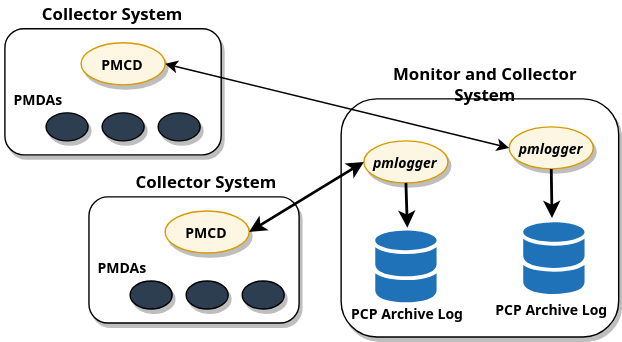
Before: images/designated-logger.svg, a diagram exported from draw.io (performancecopilot/pcp). Source tidied: cells renumbered, new cells last; positions are measured from the earlier drawing's top-left corner, leaving out a move shared by most shapes. Its diagram source:
```xml
<mxGraphModel>
  <root>
    <mxCell id="0" />
    <mxCell id="1" parent="0" />
    <mxCell id="2" style="rounded=1;whiteSpace=wrap;html=1;shadow=1;fontStyle=1;fontSize=10;fontFamily=Sans;" parent="1" vertex="1">
      <mxGeometry x="243" y="70" width="198.1" height="170" as="geometry" />
    </mxCell>
    <mxCell id="3" style="rounded=1;whiteSpace=wrap;html=1;shadow=1;fontStyle=1;fontSize=10;fontFamily=Sans;" parent="1" vertex="1">
      <mxGeometry x="3" y="20" width="154.4" height="90" as="geometry" />
    </mxCell>
    <mxCell id="4" style="ellipse;whiteSpace=wrap;html=1;shadow=1;fontStyle=1;fontSize=10;fillColor=#FDF6E3;strokeColor=#D79B00;fontFamily=Sans;" parent="1" vertex="1">
      <mxGeometry x="57.4" y="30" width="60" height="30" as="geometry" />
    </mxCell>
    <mxCell id="5" style="ellipse;whiteSpace=wrap;html=1;fontColor=#333333;shadow=1;fontStyle=1;fontSize=10;fillColor=#2C3E50;fontFamily=Sans;" parent="1" vertex="1">
      <mxGeometry x="32.4" y="80" width="30" height="20" as="geometry" />
    </mxCell>
    <mxCell id="6" style="ellipse;whiteSpace=wrap;html=1;fontColor=#333333;shadow=1;fontStyle=1;fontSize=10;fillColor=#2c3e50;fontFamily=Sans;" parent="1" vertex="1">
      <mxGeometry x="72.4" y="80" width="30" height="20" as="geometry" />
    </mxCell>
    <mxCell id="7" style="ellipse;whiteSpace=wrap;html=1;fontColor=#333333;shadow=1;fontStyle=1;fontSize=10;fillColor=#2C3E50;fontFamily=Sans;" parent="1" vertex="1">
      <mxGeometry x="112.4" y="80" width="30" height="20" as="geometry" />
    </mxCell>
    <mxCell id="8" value="PMCD" style="text;html=1;strokeColor=none;align=center;verticalAlign=middle;whiteSpace=wrap;rounded=0;shadow=0;fontStyle=1;fontSize=10;fillColor=#FDF6E3;fontFamily=Sans;" parent="1" vertex="1">
      <mxGeometry x="67.4" y="35" width="40" height="20" as="geometry" />
    </mxCell>
    <mxCell id="9" value="PMDAs" style="text;html=1;strokeColor=none;fillColor=none;align=center;verticalAlign=middle;whiteSpace=wrap;rounded=0;shadow=1;fontStyle=1;fontSize=10;fontFamily=Sans;" parent="1" vertex="1">
      <mxGeometry x="7.4" y="60" width="40" height="20" as="geometry" />
    </mxCell>
    <mxCell id="10" value="&lt;font style=&quot;font-size: 12px&quot;&gt;Collector System&lt;/font&gt;" style="text;html=1;strokeColor=none;fillColor=none;align=center;verticalAlign=middle;whiteSpace=wrap;rounded=0;shadow=1;fontStyle=1;fontSize=10;fontFamily=Sans;" parent="1" vertex="1">
      <mxGeometry x="0.2" width="160" height="20" as="geometry" />
    </mxCell>
    <mxCell id="11" style="ellipse;whiteSpace=wrap;html=1;shadow=1;fontStyle=1;fontSize=10;fillColor=#FDF6E3;strokeColor=#D79B00;fontFamily=Sans;" parent="1" vertex="1">
      <mxGeometry x="363" y="90" width="60" height="30" as="geometry" />
    </mxCell>
    <mxCell id="12" value="&lt;font style=&quot;font-size: 12px&quot;&gt;Monitor and Collector System&lt;/font&gt;" style="text;html=1;strokeColor=none;fillColor=none;align=center;verticalAlign=middle;whiteSpace=wrap;rounded=0;shadow=1;fontStyle=1;fontSize=10;fontFamily=Sans;" parent="1" vertex="1">
      <mxGeometry x="259.3" y="50" width="173.8" height="20" as="geometry" />
    </mxCell>
    <mxCell id="13" style="endArrow=classic;startArrow=classic;html=1;shadow=0;fontSize=10;exitX=1;exitY=0.5;exitDx=0;exitDy=0;entryX=0;entryY=0.5;entryDx=0;entryDy=0;fontStyle=1;fontFamily=Sans;" parent="1" edge="1" source="4" target="11">
      <mxGeometry relative="1" as="geometry" />
    </mxCell>
    <mxCell id="14" style="rounded=1;whiteSpace=wrap;html=1;shadow=1;fontStyle=1;fontSize=10;fontFamily=Sans;" parent="1" vertex="1">
      <mxGeometry x="63" y="140" width="150" height="90" as="geometry" />
    </mxCell>
    <mxCell id="15" style="ellipse;whiteSpace=wrap;html=1;shadow=1;fontStyle=1;fontSize=10;fillColor=#FDF6E3;strokeColor=#D79B00;fontFamily=Sans;" parent="1" vertex="1">
      <mxGeometry x="117.4" y="150" width="60" height="30" as="geometry" />
    </mxCell>
    <mxCell id="16" style="ellipse;whiteSpace=wrap;html=1;fontColor=#333333;shadow=1;fontStyle=1;fontSize=10;fillColor=#2C3E50;fontFamily=Sans;" parent="1" vertex="1">
      <mxGeometry x="92.4" y="200" width="30" height="20" as="geometry" />
    </mxCell>
    <mxCell id="17" style="ellipse;whiteSpace=wrap;html=1;fontColor=#333333;shadow=1;fontStyle=1;fontSize=10;fillColor=#2C3E50;fontFamily=Sans;" parent="1" vertex="1">
      <mxGeometry x="132.4" y="200" width="30" height="20" as="geometry" />
    </mxCell>
    <mxCell id="18" style="ellipse;whiteSpace=wrap;html=1;fontColor=#333333;shadow=1;fontStyle=1;fontSize=10;fillColor=#2C3E50;fontFamily=Sans;" parent="1" vertex="1">
      <mxGeometry x="172.4" y="200" width="30" height="20" as="geometry" />
    </mxCell>
    <mxCell id="19" value="PMCD" style="text;html=1;strokeColor=none;fillColor=none;align=center;verticalAlign=middle;whiteSpace=wrap;rounded=0;shadow=1;fontStyle=1;fontSize=10;fontFamily=Sans;" parent="1" vertex="1">
      <mxGeometry x="127.4" y="155" width="40" height="20" as="geometry" />
    </mxCell>
    <mxCell id="20" value="PMDAs" style="text;html=1;strokeColor=none;fillColor=none;align=center;verticalAlign=middle;whiteSpace=wrap;rounded=0;shadow=1;fontStyle=1;fontSize=10;fontFamily=Sans;" parent="1" vertex="1">
      <mxGeometry x="67.4" y="180" width="40" height="20" as="geometry" />
    </mxCell>
    <mxCell id="21" value="&lt;font style=&quot;font-size: 12px&quot;&gt;Collector System&lt;/font&gt;" style="text;html=1;strokeColor=none;fillColor=none;align=center;verticalAlign=middle;whiteSpace=wrap;rounded=0;shadow=1;fontStyle=1;fontSize=10;fontFamily=Sans;" parent="1" vertex="1">
      <mxGeometry x="67.4" y="120" width="160" height="20" as="geometry" />
    </mxCell>
    <mxCell id="22" value="&lt;i&gt;pmlogger&lt;/i&gt;" style="text;html=1;strokeColor=none;fillColor=none;align=center;verticalAlign=middle;whiteSpace=wrap;rounded=0;shadow=1;fontSize=10;fontStyle=1;fontFamily=Sans;" parent="1" vertex="1">
      <mxGeometry x="373" y="95" width="40" height="20" as="geometry" />
    </mxCell>
    <mxCell id="23" style="ellipse;whiteSpace=wrap;html=1;shadow=1;fontStyle=1;fontSize=10;fillColor=#FDF6E3;strokeColor=#D79B00;fontFamily=Sans;" parent="1" vertex="1">
      <mxGeometry x="259.3" y="100" width="60" height="30" as="geometry" />
    </mxCell>
    <mxCell id="24" value="&lt;i&gt;pmlogger&lt;/i&gt;" style="text;html=1;strokeColor=none;fillColor=none;align=center;verticalAlign=middle;whiteSpace=wrap;rounded=0;shadow=1;fontSize=10;fontStyle=1;fontFamily=Sans;" parent="1" vertex="1">
      <mxGeometry x="269.3" y="105" width="40" height="20" as="geometry" />
    </mxCell>
    <mxCell id="25" style="endArrow=classic;startArrow=classic;html=1;shadow=0;strokeWidth=2;fontSize=10;exitX=1;exitY=0.5;exitDx=0;exitDy=0;entryX=0;entryY=0.5;entryDx=0;entryDy=0;fontStyle=1;fontFamily=Sans;" parent="1" edge="1" source="15" target="23">
      <mxGeometry relative="1" as="geometry" />
    </mxCell>
    <mxCell id="26" style="endArrow=classic;html=1;shadow=0;strokeWidth=2;fontSize=10;exitX=0.5;exitY=1;exitDx=0;exitDy=0;entryX=0.5;entryY=0;entryDx=0;entryDy=0;fontStyle=1;fontFamily=Sans;" parent="1" edge="1" source="23">
      <mxGeometry relative="1" as="geometry">
        <mxPoint x="290.3" y="162" as="targetPoint" />
      </mxGeometry>
    </mxCell>
    <mxCell id="27" style="endArrow=classic;html=1;shadow=0;strokeWidth=2;fontSize=10;exitX=0.5;exitY=1;exitDx=0;exitDy=0;fontStyle=1;fontFamily=Sans;" parent="1" edge="1" source="11">
      <mxGeometry relative="1" as="geometry">
        <mxPoint x="393.5" y="155" as="targetPoint" />
      </mxGeometry>
    </mxCell>
    <mxCell id="28" value="PCP Archive Log" style="text;html=1;strokeColor=none;fillColor=none;align=center;verticalAlign=middle;whiteSpace=wrap;rounded=0;shadow=1;fontSize=10;fontStyle=1;fontFamily=Sans;" parent="1" vertex="1">
      <mxGeometry x="243.9" y="213" width="92.7" height="20" as="geometry" />
    </mxCell>
    <mxCell id="29" value="PCP Archive Log" style="text;html=1;strokeColor=none;fillColor=none;align=center;verticalAlign=middle;whiteSpace=wrap;rounded=0;shadow=1;fontSize=10;fontStyle=1;fontFamily=Sans;" parent="1" vertex="1">
      <mxGeometry x="346.6" y="210" width="92.7" height="20" as="geometry" />
    </mxCell>
    <mxCell id="30" style="shadow=0;dashed=0;html=1;strokeColor=none;labelPosition=center;verticalLabelPosition=bottom;verticalAlign=top;align=center;shape=mxgraph.office.databases.database_mini_2;fillColor=#2072B8;fontFamily=Sans;" parent="1" vertex="1">
      <mxGeometry x="267.4" y="164" width="43.8" height="52" as="geometry" />
    </mxCell>
    <mxCell id="31" style="shadow=0;dashed=0;html=1;strokeColor=none;labelPosition=center;verticalLabelPosition=bottom;verticalAlign=top;align=center;shape=mxgraph.office.databases.database_mini_2;fillColor=#2072B8;fontFamily=Sans;" parent="1" vertex="1">
      <mxGeometry x="373" y="158" width="43.8" height="52" as="geometry" />
    </mxCell>
  </root>
</mxGraphModel>
```
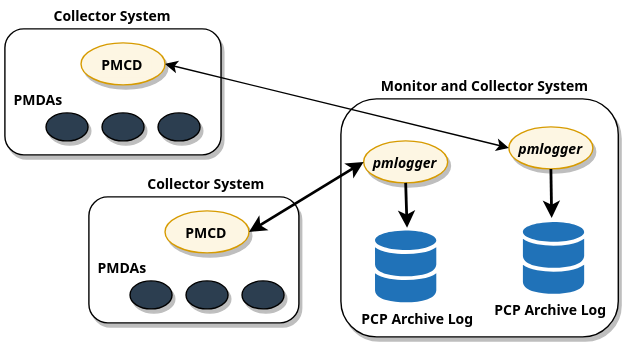
After the change.

Diff of the diagram source:
```diff
@@ -26,13 +26,13 @@
     <mxCell id="9" value="PMDAs" style="text;html=1;strokeColor=none;fillColor=none;align=center;verticalAlign=middle;whiteSpace=wrap;rounded=0;shadow=1;fontStyle=1;fontSize=10;fontFamily=Sans;" parent="1" vertex="1">
       <mxGeometry x="7.4" y="60" width="40" height="20" as="geometry" />
     </mxCell>
-    <mxCell id="10" value="&lt;font style=&quot;font-size: 12px&quot;&gt;Collector System&lt;/font&gt;" style="text;html=1;strokeColor=none;fillColor=none;align=center;verticalAlign=middle;whiteSpace=wrap;rounded=0;shadow=1;fontStyle=1;fontSize=10;fontFamily=Sans;" parent="1" vertex="1">
+    <mxCell id="10" value="&lt;font style=&quot;font-size: 10px;&quot;&gt;Collector System&lt;/font&gt;" style="text;html=1;strokeColor=none;fillColor=none;align=center;verticalAlign=middle;whiteSpace=wrap;rounded=0;shadow=1;fontStyle=1;fontSize=10;fontFamily=Sans;" parent="1" vertex="1">
       <mxGeometry x="0.2" width="160" height="20" as="geometry" />
     </mxCell>
     <mxCell id="11" style="ellipse;whiteSpace=wrap;html=1;shadow=1;fontStyle=1;fontSize=10;fillColor=#FDF6E3;strokeColor=#D79B00;fontFamily=Sans;" parent="1" vertex="1">
       <mxGeometry x="363" y="90" width="60" height="30" as="geometry" />
     </mxCell>
-    <mxCell id="12" value="&lt;font style=&quot;font-size: 12px&quot;&gt;Monitor and Collector System&lt;/font&gt;" style="text;html=1;strokeColor=none;fillColor=none;align=center;verticalAlign=middle;whiteSpace=wrap;rounded=0;shadow=1;fontStyle=1;fontSize=10;fontFamily=Sans;" parent="1" vertex="1">
+    <mxCell id="12" value="&lt;font style=&quot;font-size: 10px;&quot;&gt;Monitor and Collector System&lt;/font&gt;" style="text;html=1;strokeColor=none;fillColor=none;align=center;verticalAlign=middle;whiteSpace=wrap;rounded=0;shadow=1;fontStyle=1;fontSize=10;fontFamily=Sans;" parent="1" vertex="1">
       <mxGeometry x="259.3" y="50" width="173.8" height="20" as="geometry" />
     </mxCell>
     <mxCell id="13" style="endArrow=classic;startArrow=classic;html=1;shadow=0;fontSize=10;exitX=1;exitY=0.5;exitDx=0;exitDy=0;entryX=0;entryY=0.5;entryDx=0;entryDy=0;fontStyle=1;fontFamily=Sans;" parent="1" edge="1" source="4" target="11">
@@ -59,16 +59,16 @@
     <mxCell id="20" value="PMDAs" style="text;html=1;strokeColor=none;fillColor=none;align=center;verticalAlign=middle;whiteSpace=wrap;rounded=0;shadow=1;fontStyle=1;fontSize=10;fontFamily=Sans;" parent="1" vertex="1">
       <mxGeometry x="67.4" y="180" width="40" height="20" as="geometry" />
     </mxCell>
-    <mxCell id="21" value="&lt;font style=&quot;font-size: 12px&quot;&gt;Collector System&lt;/font&gt;" style="text;html=1;strokeColor=none;fillColor=none;align=center;verticalAlign=middle;whiteSpace=wrap;rounded=0;shadow=1;fontStyle=1;fontSize=10;fontFamily=Sans;" parent="1" vertex="1">
+    <mxCell id="21" value="&lt;font style=&quot;font-size: 10px;&quot;&gt;Collector System&lt;/font&gt;" style="text;html=1;strokeColor=none;fillColor=none;align=center;verticalAlign=middle;whiteSpace=wrap;rounded=0;shadow=1;fontStyle=1;fontSize=10;fontFamily=Sans;" parent="1" vertex="1">
       <mxGeometry x="67.4" y="120" width="160" height="20" as="geometry" />
     </mxCell>
-    <mxCell id="22" value="&lt;i&gt;pmlogger&lt;/i&gt;" style="text;html=1;strokeColor=none;fillColor=none;align=center;verticalAlign=middle;whiteSpace=wrap;rounded=0;shadow=1;fontSize=10;fontStyle=1;fontFamily=Sans;" parent="1" vertex="1">
+    <mxCell id="22" value="&lt;i style=&quot;font-size: 10px;&quot;&gt;pmlogger&lt;/i&gt;" style="text;html=1;strokeColor=none;fillColor=none;align=center;verticalAlign=middle;whiteSpace=wrap;rounded=0;shadow=1;fontSize=10;fontStyle=1;fontFamily=Sans;" parent="1" vertex="1">
       <mxGeometry x="373" y="95" width="40" height="20" as="geometry" />
     </mxCell>
     <mxCell id="23" style="ellipse;whiteSpace=wrap;html=1;shadow=1;fontStyle=1;fontSize=10;fillColor=#FDF6E3;strokeColor=#D79B00;fontFamily=Sans;" parent="1" vertex="1">
       <mxGeometry x="259.3" y="100" width="60" height="30" as="geometry" />
     </mxCell>
-    <mxCell id="24" value="&lt;i&gt;pmlogger&lt;/i&gt;" style="text;html=1;strokeColor=none;fillColor=none;align=center;verticalAlign=middle;whiteSpace=wrap;rounded=0;shadow=1;fontSize=10;fontStyle=1;fontFamily=Sans;" parent="1" vertex="1">
+    <mxCell id="24" value="&lt;i style=&quot;font-size: 10px;&quot;&gt;pmlogger&lt;/i&gt;" style="text;html=1;strokeColor=none;fillColor=none;align=center;verticalAlign=middle;whiteSpace=wrap;rounded=0;shadow=1;fontSize=10;fontStyle=1;fontFamily=Sans;" parent="1" vertex="1">
       <mxGeometry x="269.3" y="105" width="40" height="20" as="geometry" />
     </mxCell>
     <mxCell id="25" style="endArrow=classic;startArrow=classic;html=1;shadow=0;strokeWidth=2;fontSize=10;exitX=1;exitY=0.5;exitDx=0;exitDy=0;entryX=0;entryY=0.5;entryDx=0;entryDy=0;fontStyle=1;fontFamily=Sans;" parent="1" edge="1" source="15" target="23">
@@ -85,15 +85,15 @@
       </mxGeometry>
     </mxCell>
     <mxCell id="28" value="PCP Archive Log" style="text;html=1;strokeColor=none;fillColor=none;align=center;verticalAlign=middle;whiteSpace=wrap;rounded=0;shadow=1;fontSize=10;fontStyle=1;fontFamily=Sans;" parent="1" vertex="1">
-      <mxGeometry x="243.9" y="213" width="92.7" height="20" as="geometry" />
+      <mxGeometry x="243" y="216" width="110" height="20" as="geometry" />
     </mxCell>
     <mxCell id="29" value="PCP Archive Log" style="text;html=1;strokeColor=none;fillColor=none;align=center;verticalAlign=middle;whiteSpace=wrap;rounded=0;shadow=1;fontSize=10;fontStyle=1;fontFamily=Sans;" parent="1" vertex="1">
-      <mxGeometry x="346.6" y="210" width="92.7" height="20" as="geometry" />
+      <mxGeometry x="338.9" y="210" width="108.2" height="20" as="geometry" />
     </mxCell>
-    <mxCell id="30" style="shadow=0;dashed=0;html=1;strokeColor=none;labelPosition=center;verticalLabelPosition=bottom;verticalAlign=top;align=center;shape=mxgraph.office.databases.database_mini_2;fillColor=#2072B8;fontFamily=Sans;" parent="1" vertex="1">
+    <mxCell id="30" style="shadow=0;dashed=0;html=1;strokeColor=none;labelPosition=center;verticalLabelPosition=bottom;verticalAlign=top;align=center;shape=mxgraph.office.databases.database_mini_2;fillColor=#2072B8;fontFamily=Sans;fontSize=10;" parent="1" vertex="1">
       <mxGeometry x="267.4" y="164" width="43.8" height="52" as="geometry" />
     </mxCell>
-    <mxCell id="31" style="shadow=0;dashed=0;html=1;strokeColor=none;labelPosition=center;verticalLabelPosition=bottom;verticalAlign=top;align=center;shape=mxgraph.office.databases.database_mini_2;fillColor=#2072B8;fontFamily=Sans;" parent="1" vertex="1">
+    <mxCell id="31" style="shadow=0;dashed=0;html=1;strokeColor=none;labelPosition=center;verticalLabelPosition=bottom;verticalAlign=top;align=center;shape=mxgraph.office.databases.database_mini_2;fillColor=#2072B8;fontFamily=Sans;fontSize=10;" parent="1" vertex="1">
       <mxGeometry x="373" y="158" width="43.8" height="52" as="geometry" />
     </mxCell>
   </root>
```
